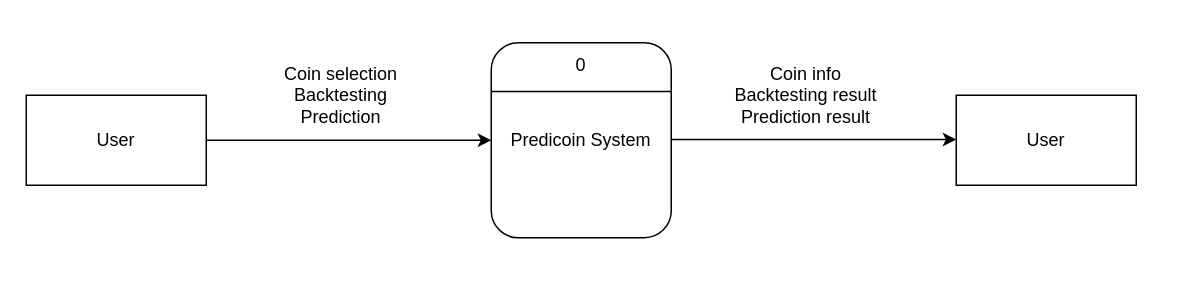
Earlier version of the draw.io diagram page "Context Diagram" (2 of 3) of Untitled Diagram.drawio (supagon/test). Source tidied: cells renumbered, new cells numbered last; positions are measured from the earlier drawing's top-left corner, leaving out a move shared by most shapes. Both pictures are drawn from the tidied source at 150%, with x=0, y=0 at pixel (26, 42).
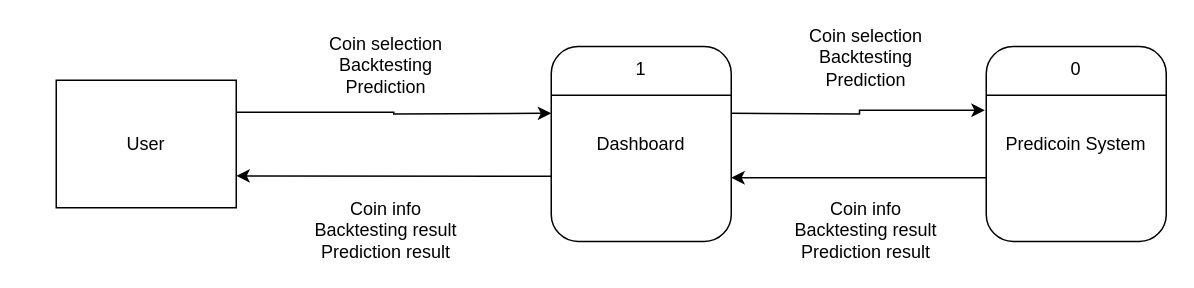
Above is the later version.

Change to the diagram source:
```diff
@@
 <mxGraphModel>
   <root>
     <mxCell id="0" />
     <mxCell id="1" parent="0" />
     <mxCell id="2" value="Predicoin System" style="rounded=1;whiteSpace=wrap;html=1;" parent="1" vertex="1">
-      <mxGeometry x="310" width="120" height="130" as="geometry" />
+      <mxGeometry x="640" y="2.5" width="120" height="130" as="geometry" />
     </mxCell>
     <mxCell id="3" style="endArrow=none;html=1;rounded=0;entryX=1;entryY=0.25;entryDx=0;entryDy=0;exitX=0;exitY=0.25;exitDx=0;exitDy=0;" parent="1" edge="1" source="2" target="2">
       <mxGeometry relative="1" as="geometry" />
     </mxCell>
     <mxCell id="4" value="0" style="text;html=1;strokeColor=none;fillColor=none;align=center;verticalAlign=middle;whiteSpace=wrap;rounded=0;" parent="1" vertex="1">
-      <mxGeometry x="340" width="60" height="30" as="geometry" />
+      <mxGeometry x="670" y="2.5" width="60" height="30" as="geometry" />
     </mxCell>
+    <mxCell id="11" style="edgeStyle=orthogonalEdgeStyle;rounded=0;jettySize=auto;html=1;exitX=1;exitY=0.25;exitDx=0;exitDy=0;" parent="1" edge="1" source="5">
+      <mxGeometry relative="1" as="geometry">
+        <mxPoint x="350" y="47" as="targetPoint" />
+      </mxGeometry>
+    </mxCell>
     <mxCell id="5" value="User" style="rounded=0;whiteSpace=wrap;html=1;" parent="1" vertex="1">
-      <mxGeometry y="35" width="120" height="60" as="geometry" />
+      <mxGeometry x="20" y="25" width="120" height="85" as="geometry" />
     </mxCell>
-    <mxCell id="6" value="User" style="rounded=0;whiteSpace=wrap;html=1;" parent="1" vertex="1">
-      <mxGeometry x="620" y="35" width="120" height="60" as="geometry" />
-    </mxCell>
-    <mxCell id="7" style="endArrow=classic;html=1;rounded=0;entryX=0;entryY=0.5;entryDx=0;entryDy=0;exitX=1;exitY=0.5;exitDx=0;exitDy=0;" parent="1" edge="1" source="5" target="2">
-      <mxGeometry relative="1" as="geometry" />
-    </mxCell>
-    <mxCell id="8" style="endArrow=classic;html=1;rounded=0;entryX=0;entryY=0.5;entryDx=0;entryDy=0;exitX=1;exitY=0.5;exitDx=0;exitDy=0;" parent="1" edge="1">
-      <mxGeometry relative="1" as="geometry">
-        <mxPoint x="430" y="64.5" as="sourcePoint" />
-        <mxPoint x="620" y="64.5" as="targetPoint" />
-      </mxGeometry>
-    </mxCell>
     <mxCell id="9" value="Coin selection&lt;br&gt;Backtesting&lt;br&gt;Prediction" style="text;html=1;strokeColor=none;fillColor=none;align=center;verticalAlign=middle;whiteSpace=wrap;rounded=0;" parent="1" vertex="1">
-      <mxGeometry x="160" y="20" width="100" height="30" as="geometry" />
+      <mxGeometry x="190" width="100" height="30" as="geometry" />
     </mxCell>
     <mxCell id="10" value="Coin info&lt;br&gt;Backtesting result&lt;br&gt;Prediction result" style="text;html=1;strokeColor=none;fillColor=none;align=center;verticalAlign=middle;whiteSpace=wrap;rounded=0;" parent="1" vertex="1">
-      <mxGeometry x="470" y="20" width="100" height="30" as="geometry" />
+      <mxGeometry x="190" y="110" width="100" height="30" as="geometry" />
     </mxCell>
+    <mxCell id="12" style="endArrow=classic;html=1;rounded=0;entryX=1;entryY=0.75;entryDx=0;entryDy=0;exitX=0.008;exitY=0.665;exitDx=0;exitDy=0;exitPerimeter=0;" parent="1" edge="1" source="13" target="5">
+      <mxGeometry relative="1" as="geometry" />
+    </mxCell>
+    <mxCell id="13" value="Dashboard" style="rounded=1;whiteSpace=wrap;html=1;" parent="1" vertex="1">
+      <mxGeometry x="350" y="2.5" width="120" height="130" as="geometry" />
+    </mxCell>
+    <mxCell id="14" style="endArrow=none;html=1;rounded=0;entryX=1;entryY=0.25;entryDx=0;entryDy=0;exitX=0;exitY=0.25;exitDx=0;exitDy=0;" parent="1" edge="1" source="13" target="13">
+      <mxGeometry relative="1" as="geometry" />
+    </mxCell>
+    <mxCell id="15" value="1" style="text;html=1;strokeColor=none;fillColor=none;align=center;verticalAlign=middle;whiteSpace=wrap;rounded=0;" parent="1" vertex="1">
+      <mxGeometry x="380" y="2.5" width="60" height="30" as="geometry" />
+    </mxCell>
+    <mxCell id="16" style="edgeStyle=orthogonalEdgeStyle;rounded=0;jettySize=auto;html=1;exitX=1;exitY=0.25;exitDx=0;exitDy=0;entryX=-0.008;entryY=0.327;entryDx=0;entryDy=0;entryPerimeter=0;" parent="1" edge="1" target="2">
+      <mxGeometry relative="1" as="geometry">
+        <mxPoint x="470" y="47" as="sourcePoint" />
+      </mxGeometry>
+    </mxCell>
+    <mxCell id="17" style="endArrow=classic;html=1;rounded=0;" parent="1" edge="1">
+      <mxGeometry relative="1" as="geometry">
+        <mxPoint x="640" y="90" as="sourcePoint" />
+        <mxPoint x="470" y="90" as="targetPoint" />
+      </mxGeometry>
+    </mxCell>
+    <mxCell id="18" value="Coin info&lt;br&gt;Backtesting result&lt;br&gt;Prediction result" style="text;html=1;strokeColor=none;fillColor=none;align=center;verticalAlign=middle;whiteSpace=wrap;rounded=0;" parent="1" vertex="1">
+      <mxGeometry x="510" y="110" width="100" height="30" as="geometry" />
+    </mxCell>
+    <mxCell id="19" value="Coin selection&lt;br&gt;Backtesting&lt;br&gt;Prediction" style="text;html=1;strokeColor=none;fillColor=none;align=center;verticalAlign=middle;whiteSpace=wrap;rounded=0;" parent="1" vertex="1">
+      <mxGeometry x="510" y="-5" width="100" height="30" as="geometry" />
+    </mxCell>
   </root>
 </mxGraphModel>
```
